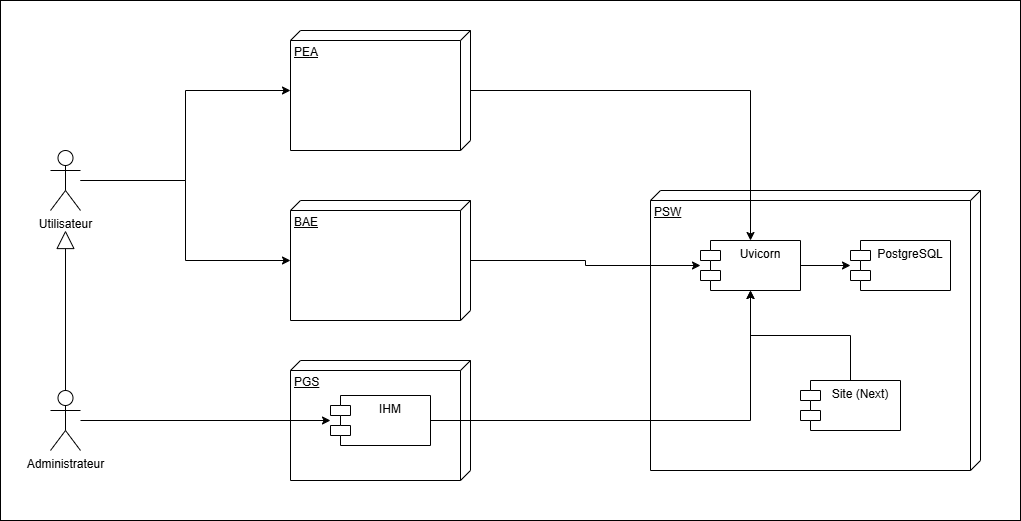
Above: PartieCommune/Deploiement/DiagrammeDeploiement.png in RobinMartineau/Acc-s-campus- (draw.io), before the change. Source tidied: cells renumbered, new cells last; positions are measured from the earlier drawing's top-left corner, leaving out a move shared by most shapes.
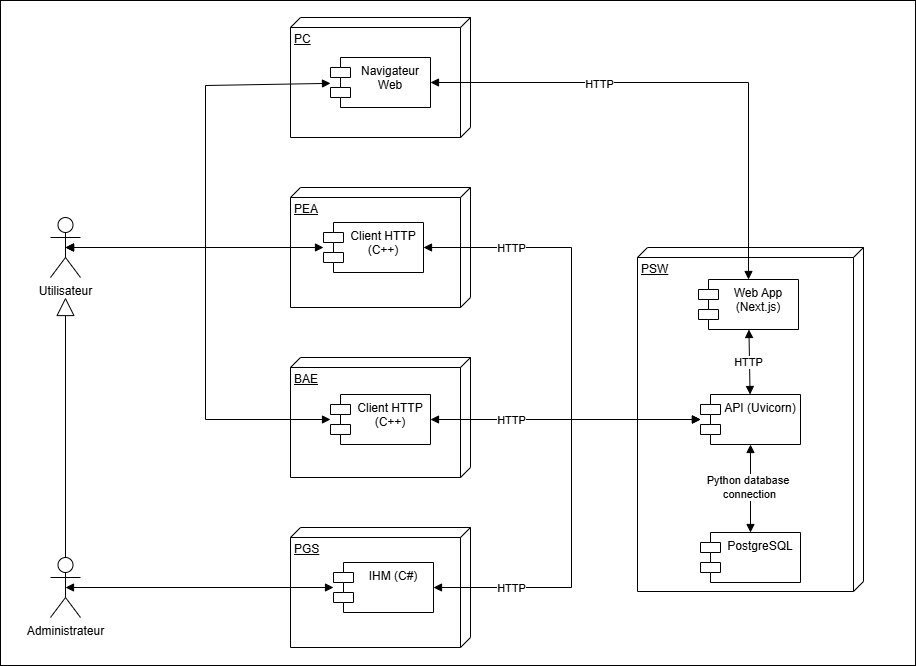
Above is the later version.

Commit message:
Modif diagramme de depoiement

Change to the diagram source:
```diff
@@ -3,66 +3,136 @@
     <mxCell id="0" />
     <mxCell id="1" parent="0" />
     <mxCell id="2" style="rounded=0;whiteSpace=wrap;html=1;" parent="1" vertex="1">
-      <mxGeometry width="1020" height="520" as="geometry" />
+      <mxGeometry y="-157" width="915" height="665" as="geometry" />
     </mxCell>
     <mxCell id="3" value="PEA" style="verticalAlign=top;align=left;spacingTop=8;spacingLeft=2;spacingRight=12;shape=cube;size=10;direction=south;fontStyle=4;html=1;whiteSpace=wrap;" parent="1" vertex="1">
       <mxGeometry x="290" y="30" width="180" height="120" as="geometry" />
     </mxCell>
-    <mxCell id="4" style="edgeStyle=orthogonalEdgeStyle;rounded=0;jettySize=auto;html=1;" parent="1" edge="1" source="6" target="3">
-      <mxGeometry relative="1" as="geometry" />
-    </mxCell>
-    <mxCell id="5" style="edgeStyle=orthogonalEdgeStyle;rounded=0;jettySize=auto;html=1;" parent="1" edge="1" source="6" target="8">
-      <mxGeometry relative="1" as="geometry" />
-    </mxCell>
     <mxCell id="6" value="Utilisateur" style="shape=umlActor;verticalLabelPosition=bottom;verticalAlign=top;html=1;" parent="1" vertex="1">
-      <mxGeometry x="50" y="150" width="30" height="60" as="geometry" />
+      <mxGeometry x="50" y="60" width="30" height="60" as="geometry" />
     </mxCell>
     <mxCell id="7" value="PGS" style="verticalAlign=top;align=left;spacingTop=8;spacingLeft=2;spacingRight=12;shape=cube;size=10;direction=south;fontStyle=4;html=1;whiteSpace=wrap;" parent="1" vertex="1">
-      <mxGeometry x="290" y="360" width="180" height="120" as="geometry" />
+      <mxGeometry x="290" y="370" width="180" height="120" as="geometry" />
     </mxCell>
     <mxCell id="8" value="BAE" style="verticalAlign=top;align=left;spacingTop=8;spacingLeft=2;spacingRight=12;shape=cube;size=10;direction=south;fontStyle=4;html=1;whiteSpace=wrap;" parent="1" vertex="1">
       <mxGeometry x="290" y="200" width="180" height="120" as="geometry" />
     </mxCell>
     <mxCell id="9" value="PSW" style="verticalAlign=top;align=left;spacingTop=8;spacingLeft=2;spacingRight=12;shape=cube;size=10;direction=south;fontStyle=4;html=1;whiteSpace=wrap;" parent="1" vertex="1">
-      <mxGeometry x="650" y="190" width="330" height="280" as="geometry" />
+      <mxGeometry x="637" y="90" width="226" height="344" as="geometry" />
     </mxCell>
-    <mxCell id="10" style="edgeStyle=orthogonalEdgeStyle;rounded=0;jettySize=auto;html=1;" parent="1" edge="1" source="11" target="13">
-      <mxGeometry relative="1" as="geometry" />
-    </mxCell>
     <mxCell id="11" value="Administrateur" style="shape=umlActor;verticalLabelPosition=bottom;verticalAlign=top;html=1;" parent="1" vertex="1">
-      <mxGeometry x="50" y="390" width="30" height="60" as="geometry" />
+      <mxGeometry x="50" y="400" width="30" height="60" as="geometry" />
     </mxCell>
     <mxCell id="12" style="endArrow=block;endSize=16;endFill=0;html=1;rounded=0;" parent="1" edge="1" source="11">
       <mxGeometry relative="1" as="geometry">
-        <mxPoint x="65" y="230" as="targetPoint" />
+        <mxPoint x="65" y="140" as="targetPoint" />
       </mxGeometry>
     </mxCell>
-    <mxCell id="13" value="IHM" style="shape=module;align=left;spacingLeft=20;align=center;verticalAlign=top;whiteSpace=wrap;html=1;" parent="1" vertex="1">
-      <mxGeometry x="330" y="395" width="100" height="50" as="geometry" />
+    <mxCell id="13" value="IHM (C#)" style="shape=module;align=left;spacingLeft=20;align=center;verticalAlign=top;whiteSpace=wrap;html=1;" parent="1" vertex="1">
+      <mxGeometry x="333" y="405" width="100" height="50" as="geometry" />
     </mxCell>
     <mxCell id="14" value="PostgreSQL" style="shape=module;align=left;spacingLeft=20;align=center;verticalAlign=top;whiteSpace=wrap;html=1;" parent="1" vertex="1">
-      <mxGeometry x="850" y="240" width="100" height="50" as="geometry" />
+      <mxGeometry x="700" y="375" width="100" height="50" as="geometry" />
     </mxCell>
+    <mxCell id="16" value="API (Uvicorn)" style="shape=module;align=left;spacingLeft=20;align=center;verticalAlign=top;whiteSpace=wrap;html=1;" parent="1" vertex="1">
+      <mxGeometry x="700" y="237" width="100" height="50" as="geometry" />
+    </mxCell>
+    <mxCell id="22" value="PC" style="verticalAlign=top;align=left;spacingTop=8;spacingLeft=2;spacingRight=12;shape=cube;size=10;direction=south;fontStyle=4;html=1;whiteSpace=wrap;" parent="1" vertex="1">
+      <mxGeometry x="290" y="-140" width="180" height="120" as="geometry" />
+    </mxCell>
+    <mxCell id="23" value="Navigateur Web" style="shape=module;align=left;spacingLeft=20;align=center;verticalAlign=top;whiteSpace=wrap;html=1;" parent="1" vertex="1">
+      <mxGeometry x="330" y="-100" width="100" height="50" as="geometry" />
+    </mxCell>
+    <mxCell id="24" value="Client HTTP (C++)" style="shape=module;align=left;spacingLeft=20;align=center;verticalAlign=top;whiteSpace=wrap;html=1;" parent="1" vertex="1">
+      <mxGeometry x="323" y="65" width="100" height="50" as="geometry" />
+    </mxCell>
+    <mxCell id="25" value="Client HTTP (C++)" style="shape=module;align=left;spacingLeft=20;align=center;verticalAlign=top;whiteSpace=wrap;html=1;" parent="1" vertex="1">
+      <mxGeometry x="330" y="237" width="100" height="50" as="geometry" />
+    </mxCell>
+    <mxCell id="26" value="Web App (Next.js)" style="shape=module;align=left;spacingLeft=20;align=center;verticalAlign=top;whiteSpace=wrap;html=1;" parent="1" vertex="1">
+      <mxGeometry x="698" y="122" width="100" height="50" as="geometry" />
+    </mxCell>
+    <mxCell id="27" style="endArrow=block;startArrow=block;endFill=1;startFill=1;html=1;rounded=0;" parent="1" edge="1" source="23" target="26">
+      <mxGeometry relative="1" as="geometry">
+        <Array as="points">
+          <mxPoint x="748" y="-75" />
+        </Array>
+      </mxGeometry>
+    </mxCell>
+    <mxCell id="28" value="HTTP" style="edgeLabel;html=1;align=center;verticalAlign=middle;" parent="27" vertex="1">
+      <mxGeometry x="-0.35" y="-1" relative="1" as="geometry" />
+    </mxCell>
-    <mxCell id="15" style="edgeStyle=orthogonalEdgeStyle;rounded=0;jettySize=auto;html=1;" parent="1" edge="1" source="16" target="14">
+    <mxCell id="15" style="endArrow=block;startArrow=block;endFill=1;startFill=1;html=1;rounded=0;" parent="1" edge="1" source="16" target="14">
       <mxGeometry relative="1" as="geometry" />
     </mxCell>
-    <mxCell id="16" value="Uvicorn" style="shape=module;align=left;spacingLeft=20;align=center;verticalAlign=top;whiteSpace=wrap;html=1;" parent="1" vertex="1">
-      <mxGeometry x="700" y="240" width="100" height="50" as="geometry" />
-    </mxCell>
-    <mxCell id="17" style="edgeStyle=orthogonalEdgeStyle;rounded=0;jettySize=auto;html=1;" parent="1" edge="1" source="18" target="16">
-      <mxGeometry relative="1" as="geometry" />
-    </mxCell>
-    <mxCell id="18" value="Site (Next)" style="shape=module;align=left;spacingLeft=20;align=center;verticalAlign=top;whiteSpace=wrap;html=1;" parent="1" vertex="1">
-      <mxGeometry x="800" y="380" width="100" height="50" as="geometry" />
-    </mxCell>
-    <mxCell id="19" style="edgeStyle=orthogonalEdgeStyle;rounded=0;jettySize=auto;html=1;" parent="1" edge="1" source="3" target="16">
-      <mxGeometry relative="1" as="geometry" />
-    </mxCell>
+    <mxCell id="29" value="Python database&amp;nbsp;&lt;div&gt;connection&lt;/div&gt;" style="edgeLabel;html=1;align=center;verticalAlign=middle;" parent="15" vertex="1">
+      <mxGeometry x="0.11" y="-3" relative="1" as="geometry">
+        <mxPoint x="1" y="-7" as="offset" />
+      </mxGeometry>
+    </mxCell>
+    <mxCell id="30" style="endArrow=block;startArrow=block;endFill=1;startFill=1;html=1;rounded=0;" parent="1" edge="1" source="24" target="16">
+      <mxGeometry relative="1" as="geometry">
+        <Array as="points">
+          <mxPoint x="571" y="90" />
+          <mxPoint x="571" y="262" />
+        </Array>
+      </mxGeometry>
+    </mxCell>
+    <mxCell id="31" value="HTTP" style="edgeLabel;html=1;align=center;verticalAlign=middle;" parent="30" vertex="1">
+      <mxGeometry x="-0.66" y="-3" relative="1" as="geometry">
+        <mxPoint x="11" y="-3" as="offset" />
+      </mxGeometry>
+    </mxCell>
+    <mxCell id="32" style="endArrow=block;startArrow=block;endFill=1;startFill=1;html=1;rounded=0;" parent="1" edge="1" source="26" target="16">
+      <mxGeometry relative="1" as="geometry" />
+    </mxCell>
+    <mxCell id="33" value="HTTP" style="edgeLabel;html=1;align=center;verticalAlign=middle;" parent="32" vertex="1">
+      <mxGeometry x="-0.14" y="2" relative="1" as="geometry">
+        <mxPoint x="-3" y="5" as="offset" />
+      </mxGeometry>
+    </mxCell>
+    <mxCell id="34" style="endArrow=block;startArrow=block;endFill=1;startFill=1;html=1;rounded=0;" parent="1" edge="1" source="25" target="16">
+      <mxGeometry relative="1" as="geometry" />
+    </mxCell>
+    <mxCell id="35" value="HTTP" style="edgeLabel;html=1;align=center;verticalAlign=middle;" parent="34" vertex="1">
+      <mxGeometry x="-0.44" y="-3" relative="1" as="geometry">
+        <mxPoint x="4" y="-3" as="offset" />
+      </mxGeometry>
+    </mxCell>
-    <mxCell id="20" style="edgeStyle=orthogonalEdgeStyle;rounded=0;jettySize=auto;html=1;" parent="1" edge="1" source="13" target="16">
-      <mxGeometry relative="1" as="geometry" />
+    <mxCell id="20" style="endArrow=block;startArrow=block;endFill=1;startFill=1;html=1;rounded=0;" parent="1" edge="1" source="13" target="16">
+      <mxGeometry relative="1" as="geometry">
+        <Array as="points">
+          <mxPoint x="571" y="430" />
+          <mxPoint x="571" y="262" />
+        </Array>
+      </mxGeometry>
     </mxCell>
-    <mxCell id="21" style="edgeStyle=orthogonalEdgeStyle;rounded=0;jettySize=auto;html=1;" parent="1" edge="1" source="8" target="16">
-      <mxGeometry relative="1" as="geometry" />
-    </mxCell>
+    <mxCell id="36" value="HTTP" style="edgeLabel;html=1;align=center;verticalAlign=middle;" parent="20" vertex="1">
+      <mxGeometry x="-0.66" y="2" relative="1" as="geometry">
+        <mxPoint x="2" y="2" as="offset" />
+      </mxGeometry>
+    </mxCell>
+    <mxCell id="10" style="endArrow=block;startArrow=block;endFill=1;startFill=1;html=1;rounded=0;exitX=0.5;exitY=0.5;exitDx=0;exitDy=0;exitPerimeter=0;" parent="1" edge="1" source="11" target="13">
+      <mxGeometry relative="1" as="geometry" />
+    </mxCell>
+    <mxCell id="37" style="endArrow=block;startArrow=block;endFill=1;startFill=1;html=1;rounded=0;exitX=0.5;exitY=0.5;exitDx=0;exitDy=0;exitPerimeter=0;" parent="1" edge="1" source="6" target="24">
+      <mxGeometry relative="1" as="geometry" />
+    </mxCell>
+    <mxCell id="38" style="endArrow=block;startArrow=block;endFill=1;startFill=1;html=1;rounded=0;exitX=0.5;exitY=0.5;exitDx=0;exitDy=0;exitPerimeter=0;" parent="1" edge="1" source="6" target="25">
+      <mxGeometry relative="1" as="geometry">
+        <Array as="points">
+          <mxPoint x="205" y="90" />
+          <mxPoint x="205" y="262" />
+        </Array>
+      </mxGeometry>
+    </mxCell>
+    <mxCell id="39" style="endArrow=block;startArrow=block;endFill=1;startFill=1;html=1;rounded=0;exitX=0.5;exitY=0.5;exitDx=0;exitDy=0;exitPerimeter=0;" parent="1" edge="1" source="6" target="23">
+      <mxGeometry relative="1" as="geometry">
+        <Array as="points">
+          <mxPoint x="205" y="90" />
+          <mxPoint x="205" y="-72" />
+        </Array>
+      </mxGeometry>
+    </mxCell>
   </root>
 </mxGraphModel>
```
